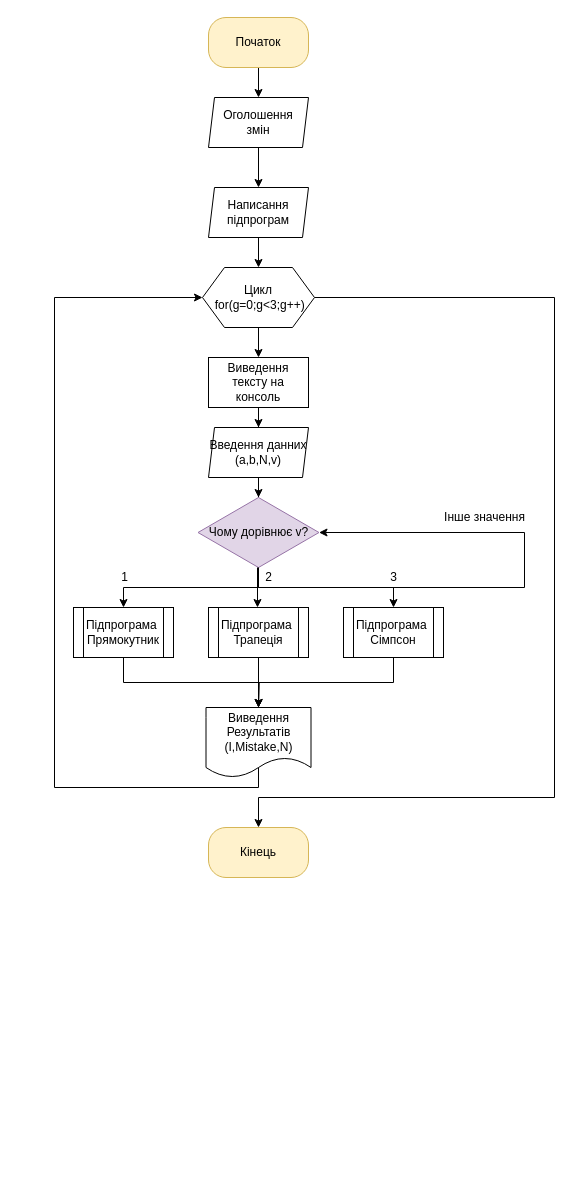
Earlier version of the draw.io diagram Untitled Diagram.drawio (Grysnui/Labka-2). Source tidied: cells renumbered, new cells numbered last; positions are measured from the earlier drawing's top-left corner, leaving out a move shared by most shapes. Both pictures are drawn from the tidied source at 100%, with x=0, y=0 at pixel (54, 17).
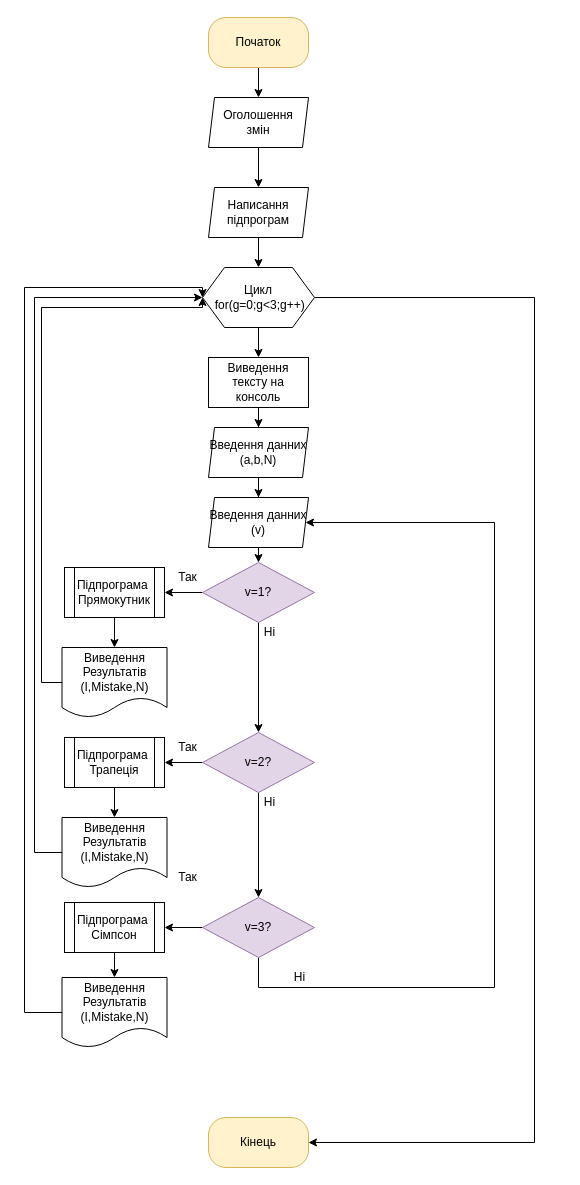
The same diagram, later.

Commit message:
Блок схема(основна)

The change refers to these unchanged cells:
```xml
<mxCell id="8" value="Цикл&lt;br&gt;&amp;nbsp;for(g=0;g&amp;lt;3;g++)" style="shape=hexagon;perimeter=hexagonPerimeter2;whiteSpace=wrap;html=1;fixedSize=1;size=22;" parent="1" vertex="1">
  <mxGeometry x="148" y="250" width="112" height="60" as="geometry" />
</mxCell>
```

What changed in the source:
```diff
@@
-    <mxCell id="7" style="edgeStyle=orthogonalEdgeStyle;rounded=0;jettySize=auto;html=1;exitX=1;exitY=0.5;exitDx=0;exitDy=0;" parent="1" edge="1" source="8" target="29">
+    <mxCell id="7" style="edgeStyle=orthogonalEdgeStyle;rounded=0;jettySize=auto;html=1;exitX=1;exitY=0.5;exitDx=0;exitDy=0;entryX=1;entryY=0.5;entryDx=0;entryDy=0;" parent="1" edge="1" source="8" target="29">
       <mxGeometry relative="1" as="geometry">
         <Array as="points">
-          <mxPoint x="500" y="280" />
-          <mxPoint x="500" y="780" />
-          <mxPoint x="204" y="780" />
+          <mxPoint x="480" y="280" />
+          <mxPoint x="480" y="1125" />
         </Array>
       </mxGeometry>
     </mxCell>
@@
-    <mxCell id="11" style="edgeStyle=orthogonalEdgeStyle;rounded=0;jettySize=auto;html=1;" parent="1" edge="1" source="12" target="16">
-      <mxGeometry relative="1" as="geometry" />
-    </mxCell>
+    <mxCell id="33" style="edgeStyle=orthogonalEdgeStyle;rounded=0;jettySize=auto;html=1;" parent="1" edge="1" source="12" target="47">
+      <mxGeometry relative="1" as="geometry" />
+    </mxCell>
-    <mxCell id="12" value="Введення данних&lt;br&gt;(a,b,N,v)" style="shape=parallelogram;perimeter=parallelogramPerimeter;whiteSpace=wrap;html=1;fixedSize=1;size=6;" parent="1" vertex="1">
+    <mxCell id="12" value="Введення данних&lt;br&gt;(a,b,N)" style="shape=parallelogram;perimeter=parallelogramPerimeter;whiteSpace=wrap;html=1;fixedSize=1;size=6;" parent="1" vertex="1">
       <mxGeometry x="154" y="410" width="100" height="50" as="geometry" />
     </mxCell>
-    <mxCell id="13" style="edgeStyle=orthogonalEdgeStyle;rounded=0;jettySize=auto;html=1;exitX=0.5;exitY=1;exitDx=0;exitDy=0;entryX=0.5;entryY=0;entryDx=0;entryDy=0;" parent="1" edge="1" source="16" target="18">
-      <mxGeometry relative="1" as="geometry" />
-    </mxCell>
-    <mxCell id="14" style="edgeStyle=orthogonalEdgeStyle;rounded=0;jettySize=auto;html=1;exitX=0.5;exitY=1;exitDx=0;exitDy=0;" parent="1" edge="1" source="16" target="20">
-      <mxGeometry relative="1" as="geometry">
-        <Array as="points">
-          <mxPoint x="203" y="550" />
-        </Array>
-      </mxGeometry>
-    </mxCell>
-    <mxCell id="15" style="edgeStyle=orthogonalEdgeStyle;rounded=0;jettySize=auto;html=1;exitX=0.5;exitY=1;exitDx=0;exitDy=0;entryX=0.5;entryY=0;entryDx=0;entryDy=0;" parent="1" edge="1" source="16" target="22">
-      <mxGeometry relative="1" as="geometry" />
-    </mxCell>
-    <mxCell id="16" value="Чому дорівнює v?" style="rhombus;whiteSpace=wrap;html=1;fillColor=#e1d5e7;strokeColor=#9673a6;" parent="1" vertex="1">
-      <mxGeometry x="143.5" y="480" width="121" height="70" as="geometry" />
-    </mxCell>
-    <mxCell id="17" style="edgeStyle=orthogonalEdgeStyle;rounded=0;jettySize=auto;html=1;exitX=0.5;exitY=1;exitDx=0;exitDy=0;entryX=0.5;entryY=0;entryDx=0;entryDy=0;" parent="1" edge="1" source="18">
-      <mxGeometry relative="1" as="geometry">
-        <mxPoint x="204" y="690" as="targetPoint" />
-      </mxGeometry>
-    </mxCell>
+    <mxCell id="34" style="edgeStyle=orthogonalEdgeStyle;rounded=0;jettySize=auto;html=1;" parent="1" edge="1" source="18" target="50">
+      <mxGeometry relative="1" as="geometry" />
+    </mxCell>
     <mxCell id="18" value="Підпрограма&amp;nbsp;&lt;br&gt;Прямокутник" style="shape=process;whiteSpace=wrap;html=1;backgroundOutline=1;size=0.1;" parent="1" vertex="1">
-      <mxGeometry x="19" y="590" width="100" height="50" as="geometry" />
+      <mxGeometry x="10" y="550" width="100" height="50" as="geometry" />
     </mxCell>
-    <mxCell id="19" style="edgeStyle=orthogonalEdgeStyle;rounded=0;jettySize=auto;html=1;" parent="1" edge="1" source="20">
-      <mxGeometry relative="1" as="geometry">
-        <mxPoint x="204" y="690" as="targetPoint" />
-      </mxGeometry>
-    </mxCell>
+    <mxCell id="35" style="edgeStyle=orthogonalEdgeStyle;rounded=0;jettySize=auto;html=1;" parent="1" edge="1" source="20" target="54">
+      <mxGeometry relative="1" as="geometry" />
+    </mxCell>
     <mxCell id="20" value="Підпрограма&amp;nbsp;&lt;br&gt;Трапеція" style="shape=process;whiteSpace=wrap;html=1;backgroundOutline=1;size=0.1;" parent="1" vertex="1">
-      <mxGeometry x="154" y="590" width="100" height="50" as="geometry" />
+      <mxGeometry x="10" y="720" width="100" height="50" as="geometry" />
     </mxCell>
-    <mxCell id="21" style="edgeStyle=orthogonalEdgeStyle;rounded=0;jettySize=auto;html=1;exitX=0.5;exitY=1;exitDx=0;exitDy=0;entryX=0.5;entryY=0;entryDx=0;entryDy=0;" parent="1" edge="1" source="22">
-      <mxGeometry relative="1" as="geometry">
-        <mxPoint x="204" y="690" as="targetPoint" />
-      </mxGeometry>
-    </mxCell>
+    <mxCell id="36" style="edgeStyle=orthogonalEdgeStyle;rounded=0;jettySize=auto;html=1;" parent="1" edge="1" source="22" target="32">
+      <mxGeometry relative="1" as="geometry" />
+    </mxCell>
     <mxCell id="22" value="Підпрограма&amp;nbsp;&lt;br&gt;Сімпсон" style="shape=process;whiteSpace=wrap;html=1;backgroundOutline=1;size=0.1;" parent="1" vertex="1">
-      <mxGeometry x="289" y="590" width="100" height="50" as="geometry" />
+      <mxGeometry x="10" y="885" width="100" height="50" as="geometry" />
     </mxCell>
-    <mxCell id="23" value="1" style="text;html=1;align=center;verticalAlign=middle;strokeColor=none;fillColor=none;" parent="1" vertex="1">
-      <mxGeometry x="60" y="550" width="20" height="20" as="geometry" />
-    </mxCell>
-    <mxCell id="24" value="3" style="text;html=1;align=center;verticalAlign=middle;strokeColor=none;fillColor=none;" parent="1" vertex="1">
-      <mxGeometry x="329" y="550" width="20" height="20" as="geometry" />
-    </mxCell>
-    <mxCell id="25" value="2" style="text;html=1;align=center;verticalAlign=middle;strokeColor=none;fillColor=none;" parent="1" vertex="1">
-      <mxGeometry x="204" y="550" width="20" height="20" as="geometry" />
-    </mxCell>
-    <mxCell id="26" style="edgeStyle=orthogonalEdgeStyle;rounded=0;jettySize=auto;html=1;exitX=0.5;exitY=0.826;exitDx=0;exitDy=0;entryX=0;entryY=0.5;entryDx=0;entryDy=0;exitPerimeter=0;" parent="1" edge="1" source="32" target="8">
-      <mxGeometry relative="1" as="geometry">
-        <Array as="points">
-          <mxPoint x="204" y="748" />
-          <mxPoint x="204" y="770" />
-          <mxPoint y="770" />
-          <mxPoint y="280" />
-        </Array>
-      </mxGeometry>
-    </mxCell>
-    <mxCell id="27" style="edgeStyle=orthogonalEdgeStyle;rounded=0;orthogonalLoop=1;jettySize=auto;html=1;exitX=0.5;exitY=1;exitDx=0;exitDy=0;entryX=1;entryY=0.5;entryDx=0;entryDy=0;" parent="1" edge="1" source="16" target="16">
-      <mxGeometry relative="1" as="geometry">
-        <Array as="points">
-          <mxPoint x="204" y="570" />
-          <mxPoint x="470" y="570" />
-          <mxPoint x="470" y="515" />
-        </Array>
-      </mxGeometry>
-    </mxCell>
-    <mxCell id="28" value="Інше значення" style="text;html=1;align=center;verticalAlign=middle;strokeColor=none;fillColor=none;" parent="1" vertex="1">
-      <mxGeometry x="380" y="490" width="100" height="20" as="geometry" />
-    </mxCell>
     <mxCell id="29" value="Кінець" style="rounded=1;whiteSpace=wrap;html=1;arcSize=35;fillColor=#fff2cc;strokeColor=#d6b656;" parent="1" vertex="1">
-      <mxGeometry x="154" y="810" width="100" height="50" as="geometry" />
+      <mxGeometry x="154" y="1100" width="100" height="50" as="geometry" />
     </mxCell>
@@
+    <mxCell id="26" style="edgeStyle=orthogonalEdgeStyle;rounded=0;jettySize=auto;html=1;exitX=0;exitY=0.5;exitDx=0;exitDy=0;entryX=0;entryY=0.5;entryDx=0;entryDy=0;" parent="1" edge="1" source="32" target="8">
+      <mxGeometry relative="1" as="geometry">
+        <Array as="points">
+          <mxPoint x="-30" y="995" />
+          <mxPoint x="-30" y="270" />
+          <mxPoint x="148" y="270" />
+        </Array>
+      </mxGeometry>
+    </mxCell>
     <mxCell id="32" value="Виведення Результатів&lt;br&gt;(I,Mistake,N)" style="shape=document;whiteSpace=wrap;html=1;boundedLbl=1;size=0.2857142857142857;" parent="1" vertex="1">
-      <mxGeometry x="151.5" y="690" width="105" height="70" as="geometry" />
+      <mxGeometry x="7.5" y="960" width="105" height="70" as="geometry" />
     </mxCell>
+    <mxCell id="37" style="edgeStyle=orthogonalEdgeStyle;rounded=0;jettySize=auto;html=1;" parent="1" edge="1" source="39" target="18">
+      <mxGeometry relative="1" as="geometry" />
+    </mxCell>
+    <mxCell id="38" style="edgeStyle=orthogonalEdgeStyle;rounded=0;jettySize=auto;html=1;" parent="1" edge="1" source="39" target="42">
+      <mxGeometry relative="1" as="geometry" />
+    </mxCell>
+    <mxCell id="39" value="v=1?" style="rhombus;whiteSpace=wrap;html=1;fillColor=#e1d5e7;strokeColor=#9673a6;" parent="1" vertex="1">
+      <mxGeometry x="148" y="545" width="112" height="60" as="geometry" />
+    </mxCell>
+    <mxCell id="40" style="edgeStyle=orthogonalEdgeStyle;rounded=0;jettySize=auto;html=1;" parent="1" edge="1" source="42" target="20">
+      <mxGeometry relative="1" as="geometry" />
+    </mxCell>
+    <mxCell id="41" style="edgeStyle=orthogonalEdgeStyle;rounded=0;jettySize=auto;html=1;" parent="1" edge="1" source="42" target="45">
+      <mxGeometry relative="1" as="geometry" />
+    </mxCell>
+    <mxCell id="42" value="v=2?" style="rhombus;whiteSpace=wrap;html=1;fillColor=#e1d5e7;strokeColor=#9673a6;" parent="1" vertex="1">
+      <mxGeometry x="148" y="715" width="112" height="60" as="geometry" />
+    </mxCell>
+    <mxCell id="43" style="edgeStyle=orthogonalEdgeStyle;rounded=0;jettySize=auto;html=1;" parent="1" edge="1" source="45" target="22">
+      <mxGeometry relative="1" as="geometry" />
+    </mxCell>
+    <mxCell id="44" style="edgeStyle=orthogonalEdgeStyle;rounded=0;jettySize=auto;html=1;exitX=0.5;exitY=1;exitDx=0;exitDy=0;entryX=1;entryY=0.5;entryDx=0;entryDy=0;" parent="1" edge="1" source="45" target="47">
+      <mxGeometry relative="1" as="geometry">
+        <Array as="points">
+          <mxPoint x="204" y="970" />
+          <mxPoint x="440" y="970" />
+          <mxPoint x="440" y="505" />
+        </Array>
+      </mxGeometry>
+    </mxCell>
+    <mxCell id="45" value="v=3?" style="rhombus;whiteSpace=wrap;html=1;fillColor=#e1d5e7;strokeColor=#9673a6;" parent="1" vertex="1">
+      <mxGeometry x="148" y="880" width="112" height="60" as="geometry" />
+    </mxCell>
+    <mxCell id="46" style="edgeStyle=orthogonalEdgeStyle;rounded=0;jettySize=auto;html=1;exitX=0.5;exitY=1;exitDx=0;exitDy=0;entryX=0.5;entryY=0;entryDx=0;entryDy=0;" parent="1" edge="1" source="47" target="39">
+      <mxGeometry relative="1" as="geometry" />
+    </mxCell>
+    <mxCell id="47" value="Введення данних&lt;br&gt;(v)" style="shape=parallelogram;perimeter=parallelogramPerimeter;whiteSpace=wrap;html=1;fixedSize=1;size=6;" parent="1" vertex="1">
+      <mxGeometry x="154" y="480" width="100" height="50" as="geometry" />
+    </mxCell>
+    <mxCell id="48" value="Так" style="text;html=1;align=center;verticalAlign=middle;strokeColor=none;fillColor=none;" parent="1" vertex="1">
+      <mxGeometry x="118" y="550" width="30" height="20" as="geometry" />
+    </mxCell>
+    <mxCell id="49" style="edgeStyle=orthogonalEdgeStyle;rounded=0;jettySize=auto;html=1;exitX=0;exitY=0.5;exitDx=0;exitDy=0;entryX=0;entryY=0.5;entryDx=0;entryDy=0;" parent="1" edge="1" source="50" target="8">
+      <mxGeometry relative="1" as="geometry">
+        <Array as="points">
+          <mxPoint x="-13" y="665" />
+          <mxPoint x="-13" y="290" />
+          <mxPoint x="148" y="290" />
+        </Array>
+      </mxGeometry>
+    </mxCell>
+    <mxCell id="50" value="Виведення Результатів&lt;br&gt;(I,Mistake,N)" style="shape=document;whiteSpace=wrap;html=1;boundedLbl=1;size=0.2857142857142857;" parent="1" vertex="1">
+      <mxGeometry x="7.5" y="630" width="105" height="70" as="geometry" />
+    </mxCell>
+    <mxCell id="51" value="Ні" style="text;html=1;align=center;verticalAlign=middle;strokeColor=none;fillColor=none;" parent="1" vertex="1">
+      <mxGeometry x="200" y="605" width="30" height="20" as="geometry" />
+    </mxCell>
+    <mxCell id="52" value="Так" style="text;html=1;align=center;verticalAlign=middle;strokeColor=none;fillColor=none;" parent="1" vertex="1">
+      <mxGeometry x="118" y="720" width="30" height="20" as="geometry" />
+    </mxCell>
+    <mxCell id="53" style="edgeStyle=orthogonalEdgeStyle;rounded=0;jettySize=auto;html=1;exitX=0;exitY=0.5;exitDx=0;exitDy=0;entryX=0;entryY=0.5;entryDx=0;entryDy=0;" parent="1" edge="1" source="54" target="8">
+      <mxGeometry relative="1" as="geometry">
+        <Array as="points">
+          <mxPoint x="-20" y="835" />
+          <mxPoint x="-20" y="280" />
+        </Array>
+      </mxGeometry>
+    </mxCell>
+    <mxCell id="54" value="Виведення Результатів&lt;br&gt;(I,Mistake,N)" style="shape=document;whiteSpace=wrap;html=1;boundedLbl=1;size=0.2857142857142857;" parent="1" vertex="1">
+      <mxGeometry x="7.5" y="800" width="105" height="70" as="geometry" />
+    </mxCell>
+    <mxCell id="55" value="Ні" style="text;html=1;align=center;verticalAlign=middle;strokeColor=none;fillColor=none;" parent="1" vertex="1">
+      <mxGeometry x="230" y="950" width="30" height="20" as="geometry" />
+    </mxCell>
+    <mxCell id="56" value="Так" style="text;html=1;align=center;verticalAlign=middle;strokeColor=none;fillColor=none;" parent="1" vertex="1">
+      <mxGeometry x="118" y="850" width="30" height="20" as="geometry" />
+    </mxCell>
+    <mxCell id="57" value="Ні" style="text;html=1;align=center;verticalAlign=middle;strokeColor=none;fillColor=none;" parent="1" vertex="1">
+      <mxGeometry x="200" y="775" width="30" height="20" as="geometry" />
+    </mxCell>
```
